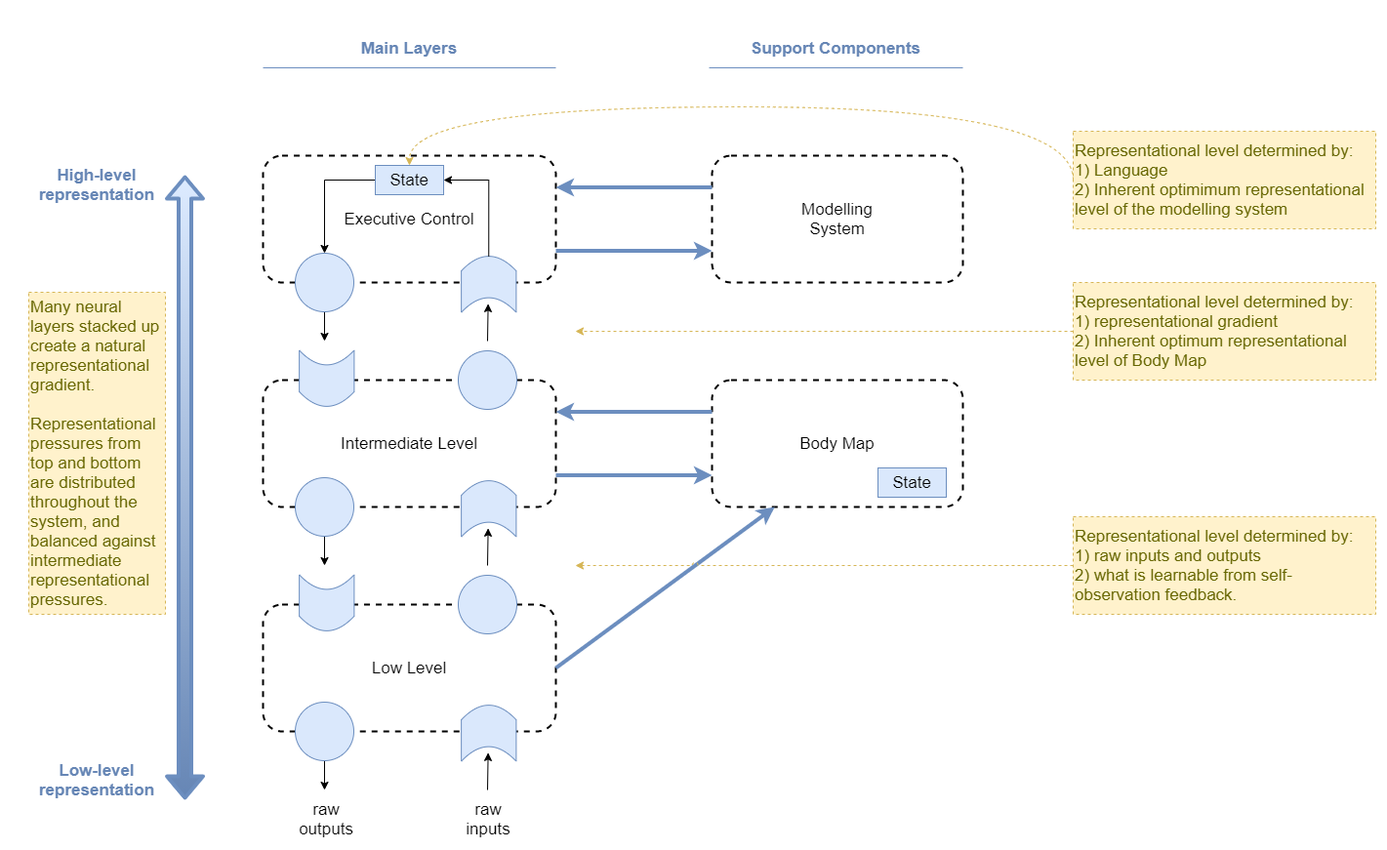
Above: files/An-agi-architecture-v1-motor-control-layers.png in malcolmlett/malcolmlett.github.io (draw.io), before the change. Source tidied: cells renumbered, new cells last; positions are measured from the earlier drawing's top-left corner, leaving out a move shared by most shapes. The source it was exported from:
```xml
<mxGraphModel>
  <root>
    <mxCell id="0" />
    <mxCell id="1" parent="0" />
    <mxCell id="2" value="Low Level" style="rounded=1;whiteSpace=wrap;html=1;fillColor=none;dashed=1;strokeWidth=2;fontSize=17;" parent="1" vertex="1">
      <mxGeometry x="240" y="590" width="300" height="130" as="geometry" />
    </mxCell>
    <mxCell id="3" style="edgeStyle=none;rounded=0;jettySize=auto;html=1;fontSize=17;" parent="1" edge="1" source="4">
      <mxGeometry relative="1" as="geometry">
        <mxPoint x="303" y="780" as="targetPoint" />
      </mxGeometry>
    </mxCell>
    <mxCell id="4" style="ellipse;whiteSpace=wrap;html=1;rounded=1;strokeWidth=1;fillColor=#dae8fc;strokeColor=#6c8ebf;fontSize=17;" parent="1" vertex="1">
      <mxGeometry x="273" y="690" width="60" height="60" as="geometry" />
    </mxCell>
    <mxCell id="5" style="ellipse;whiteSpace=wrap;html=1;rounded=1;strokeWidth=1;fillColor=#dae8fc;strokeColor=#6c8ebf;verticalAlign=middle;fontSize=17;" parent="1" vertex="1">
      <mxGeometry x="440" y="560" width="60" height="60" as="geometry" />
    </mxCell>
    <mxCell id="6" style="edgeStyle=none;rounded=0;orthogonalLoop=1;jettySize=auto;html=1;entryX=0.5;entryY=1;entryDx=0;entryDy=0;fontSize=17;" parent="1" edge="1">
      <mxGeometry relative="1" as="geometry">
        <mxPoint x="470" y="780" as="sourcePoint" />
        <mxPoint x="470.6" y="741.9" as="targetPoint" />
      </mxGeometry>
    </mxCell>
    <mxCell id="7" style="shape=dataStorage;whiteSpace=wrap;html=1;fixedSize=1;rounded=1;strokeWidth=1;fillColor=#dae8fc;strokeColor=#6c8ebf;rotation=-90;size=15;horizontal=1;fontSize=17;" parent="1" vertex="1">
      <mxGeometry x="276.5" y="560" width="57.5" height="56.2" as="geometry" />
    </mxCell>
    <mxCell id="8" style="shape=dataStorage;whiteSpace=wrap;html=1;fixedSize=1;rounded=1;strokeWidth=1;fillColor=#dae8fc;strokeColor=#6c8ebf;rotation=90;size=15;horizontal=1;fontSize=17;" parent="1" vertex="1">
      <mxGeometry x="442.5" y="693.8" width="57.5" height="56.2" as="geometry" />
    </mxCell>
    <mxCell id="9" value="Intermediate Level" style="rounded=1;whiteSpace=wrap;html=1;fillColor=none;dashed=1;strokeWidth=2;fontSize=17;" parent="1" vertex="1">
      <mxGeometry x="240" y="360" width="300" height="130" as="geometry" />
    </mxCell>
    <mxCell id="10" style="edgeStyle=none;rounded=0;jettySize=auto;html=1;fontSize=17;" parent="1" edge="1" source="11">
      <mxGeometry relative="1" as="geometry">
        <mxPoint x="303" y="550" as="targetPoint" />
      </mxGeometry>
    </mxCell>
    <mxCell id="11" style="ellipse;whiteSpace=wrap;html=1;rounded=1;strokeWidth=1;fillColor=#dae8fc;strokeColor=#6c8ebf;fontSize=17;" parent="1" vertex="1">
      <mxGeometry x="273" y="460" width="60" height="60" as="geometry" />
    </mxCell>
    <mxCell id="12" style="ellipse;whiteSpace=wrap;html=1;rounded=1;strokeWidth=1;fillColor=#dae8fc;strokeColor=#6c8ebf;verticalAlign=middle;fontSize=17;" parent="1" vertex="1">
      <mxGeometry x="440" y="330" width="60" height="60" as="geometry" />
    </mxCell>
    <mxCell id="13" style="edgeStyle=none;rounded=0;orthogonalLoop=1;jettySize=auto;html=1;entryX=0.5;entryY=1;entryDx=0;entryDy=0;fontSize=17;" parent="1" edge="1">
      <mxGeometry relative="1" as="geometry">
        <mxPoint x="470" y="550" as="sourcePoint" />
        <mxPoint x="470.6" y="511.9" as="targetPoint" />
      </mxGeometry>
    </mxCell>
    <mxCell id="14" style="shape=dataStorage;whiteSpace=wrap;html=1;fixedSize=1;rounded=1;strokeWidth=1;fillColor=#dae8fc;strokeColor=#6c8ebf;rotation=-90;size=15;horizontal=1;fontSize=17;" parent="1" vertex="1">
      <mxGeometry x="276.5" y="330" width="57.5" height="56.2" as="geometry" />
    </mxCell>
    <mxCell id="15" style="shape=dataStorage;whiteSpace=wrap;html=1;fixedSize=1;rounded=1;strokeWidth=1;fillColor=#dae8fc;strokeColor=#6c8ebf;rotation=90;size=15;horizontal=1;fontSize=17;" parent="1" vertex="1">
      <mxGeometry x="442.5" y="463.8" width="57.5" height="56.2" as="geometry" />
    </mxCell>
    <mxCell id="16" value="Executive Control" style="rounded=1;whiteSpace=wrap;html=1;fillColor=none;dashed=1;strokeWidth=2;fontSize=17;" parent="1" vertex="1">
      <mxGeometry x="240" y="130" width="300" height="130" as="geometry" />
    </mxCell>
    <mxCell id="17" style="edgeStyle=none;rounded=0;jettySize=auto;html=1;fontSize=17;" parent="1" edge="1" source="18">
      <mxGeometry relative="1" as="geometry">
        <mxPoint x="303" y="320" as="targetPoint" />
      </mxGeometry>
    </mxCell>
    <mxCell id="18" style="ellipse;whiteSpace=wrap;html=1;rounded=1;strokeWidth=1;fillColor=#dae8fc;strokeColor=#6c8ebf;fontSize=17;" parent="1" vertex="1">
      <mxGeometry x="273" y="230" width="60" height="60" as="geometry" />
    </mxCell>
    <mxCell id="19" style="edgeStyle=none;rounded=0;orthogonalLoop=1;jettySize=auto;html=1;entryX=0.5;entryY=1;entryDx=0;entryDy=0;fontSize=17;" parent="1" edge="1">
      <mxGeometry relative="1" as="geometry">
        <mxPoint x="470" y="320" as="sourcePoint" />
        <mxPoint x="470.6" y="281.9" as="targetPoint" />
      </mxGeometry>
    </mxCell>
    <mxCell id="20" style="shape=dataStorage;whiteSpace=wrap;html=1;fixedSize=1;rounded=1;strokeWidth=1;fillColor=#dae8fc;strokeColor=#6c8ebf;rotation=90;size=15;horizontal=1;fontSize=17;" parent="1" vertex="1">
      <mxGeometry x="442.5" y="233.8" width="57.5" height="56.2" as="geometry" />
    </mxCell>
    <mxCell id="21" value="Body Map" style="rounded=1;whiteSpace=wrap;html=1;fillColor=none;dashed=1;strokeWidth=2;fontSize=17;" parent="1" vertex="1">
      <mxGeometry x="700" y="360" width="257" height="130" as="geometry" />
    </mxCell>
    <mxCell id="22" value="State" style="rounded=0;whiteSpace=wrap;html=1;fillColor=#dae8fc;strokeColor=#6c8ebf;fontSize=17;" parent="1" vertex="1">
      <mxGeometry x="870" y="450" width="70" height="30" as="geometry" />
    </mxCell>
    <mxCell id="23" style="endArrow=classic;html=1;exitX=1;exitY=0.5;exitDx=0;exitDy=0;strokeWidth=4;fillColor=#dae8fc;strokeColor=#6c8ebf;entryX=0.25;entryY=1;entryDx=0;entryDy=0;fontSize=17;" parent="1" edge="1" source="2" target="21">
      <mxGeometry relative="1" as="geometry" />
    </mxCell>
    <mxCell id="24" style="endArrow=classic;html=1;exitX=0;exitY=0.25;exitDx=0;exitDy=0;strokeWidth=4;fillColor=#dae8fc;strokeColor=#6c8ebf;entryX=1;entryY=0.25;entryDx=0;entryDy=0;fontSize=17;" parent="1" edge="1" source="21" target="9">
      <mxGeometry relative="1" as="geometry" />
    </mxCell>
    <mxCell id="25" style="endArrow=classic;html=1;exitX=1;exitY=0.75;exitDx=0;exitDy=0;strokeWidth=4;fillColor=#dae8fc;strokeColor=#6c8ebf;entryX=0;entryY=0.75;entryDx=0;entryDy=0;fontSize=17;" parent="1" edge="1" source="9" target="21">
      <mxGeometry relative="1" as="geometry" />
    </mxCell>
    <mxCell id="26" value="Modelling&lt;br&gt;System" style="rounded=1;whiteSpace=wrap;html=1;fillColor=none;dashed=1;strokeWidth=2;fontSize=17;" parent="1" vertex="1">
      <mxGeometry x="700" y="130" width="257" height="130" as="geometry" />
    </mxCell>
    <mxCell id="27" style="endArrow=classic;html=1;exitX=0;exitY=0.25;exitDx=0;exitDy=0;strokeWidth=4;fillColor=#dae8fc;strokeColor=#6c8ebf;entryX=1;entryY=0.25;entryDx=0;entryDy=0;fontSize=17;" parent="1" edge="1" source="26" target="16">
      <mxGeometry relative="1" as="geometry" />
    </mxCell>
    <mxCell id="28" style="endArrow=classic;html=1;exitX=1;exitY=0.75;exitDx=0;exitDy=0;strokeWidth=4;fillColor=#dae8fc;strokeColor=#6c8ebf;entryX=0;entryY=0.75;entryDx=0;entryDy=0;fontSize=17;" parent="1" edge="1" source="16" target="26">
      <mxGeometry relative="1" as="geometry" />
    </mxCell>
    <mxCell id="29" style="shape=flexArrow;endArrow=classic;startArrow=classic;html=1;strokeWidth=4;strokeColor=#6c8ebf;gradientColor=#6686B5;fillColor=#DDEBFF;fontSize=17;" parent="1" edge="1">
      <mxGeometry relative="1" as="geometry">
        <mxPoint x="160" y="790" as="sourcePoint" />
        <mxPoint x="160" y="150" as="targetPoint" />
      </mxGeometry>
    </mxCell>
    <mxCell id="30" value="High-level&lt;br style=&quot;font-size: 17px;&quot;&gt;representation" style="text;html=1;strokeColor=none;fillColor=none;align=center;verticalAlign=middle;whiteSpace=wrap;rounded=0;fontColor=#6686B5;fontStyle=1;fontSize=17;" parent="1" vertex="1">
      <mxGeometry x="20" y="140" width="100" height="40" as="geometry" />
    </mxCell>
    <mxCell id="31" value="Low-level&lt;br style=&quot;font-size: 17px;&quot;&gt;representation" style="text;html=1;strokeColor=none;fillColor=none;align=center;verticalAlign=middle;whiteSpace=wrap;rounded=0;fontColor=#6686B5;fontStyle=1;fontSize=17;" parent="1" vertex="1">
      <mxGeometry x="20" y="750" width="100" height="40" as="geometry" />
    </mxCell>
    <mxCell id="32" value="raw outputs" style="text;html=1;strokeColor=none;fillColor=none;align=center;verticalAlign=middle;whiteSpace=wrap;rounded=0;fontSize=17;" parent="1" vertex="1">
      <mxGeometry x="285" y="800" width="40" height="20" as="geometry" />
    </mxCell>
    <mxCell id="33" value="raw inputs" style="text;html=1;strokeColor=none;fillColor=none;align=center;verticalAlign=middle;whiteSpace=wrap;rounded=0;fontSize=17;" parent="1" vertex="1">
      <mxGeometry x="451.2" y="800" width="40" height="20" as="geometry" />
    </mxCell>
    <mxCell id="34" value="Representational level determined by:&lt;br&gt;1) raw inputs and outputs&lt;br&gt;2) what is learnable from self-observation feedback." style="rounded=0;whiteSpace=wrap;html=1;align=left;fillColor=#fff2cc;strokeColor=#d6b656;fontColor=#666600;dashed=1;fontSize=17;" parent="1" vertex="1">
      <mxGeometry x="1070" y="500" width="310" height="100" as="geometry" />
    </mxCell>
    <mxCell id="35" style="rounded=0;jumpStyle=arc;jettySize=auto;html=1;strokeWidth=1;fontColor=#666600;dashed=1;strokeColor=#d6b656;fillColor=#fff2cc;endArrow=classic;endFill=1;fontSize=17;" parent="1" edge="1" source="34">
      <mxGeometry relative="1" as="geometry">
        <mxPoint x="560" y="550" as="targetPoint" />
      </mxGeometry>
    </mxCell>
    <mxCell id="36" value="Representational level determined by:&lt;br&gt;1) Language&lt;br&gt;2) Inherent optimimum representational level of the modelling system" style="rounded=0;whiteSpace=wrap;html=1;align=left;fillColor=#fff2cc;strokeColor=#d6b656;fontColor=#666600;dashed=1;fontSize=17;" parent="1" vertex="1">
      <mxGeometry x="1070" y="105" width="310" height="100" as="geometry" />
    </mxCell>
    <mxCell id="37" style="jumpStyle=arc;jettySize=auto;html=1;strokeWidth=1;fontColor=#666600;dashed=1;strokeColor=#d6b656;fillColor=#fff2cc;endArrow=classic;endFill=1;fontSize=17;entryX=0.5;entryY=0;entryDx=0;entryDy=0;edgeStyle=orthogonalEdgeStyle;curved=1;exitX=0;exitY=0.5;exitDx=0;exitDy=0;" parent="1" edge="1" source="36" target="39">
      <mxGeometry relative="1" as="geometry">
        <Array as="points">
          <mxPoint x="1070" y="80" />
          <mxPoint x="390" y="80" />
        </Array>
      </mxGeometry>
    </mxCell>
    <mxCell id="38" style="edgeStyle=orthogonalEdgeStyle;rounded=0;jettySize=auto;html=1;fontSize=17;exitX=0;exitY=0.5;exitDx=0;exitDy=0;entryX=0.5;entryY=0;entryDx=0;entryDy=0;" parent="1" edge="1" source="39" target="18">
      <mxGeometry relative="1" as="geometry">
        <Array as="points">
          <mxPoint x="303" y="155" />
        </Array>
      </mxGeometry>
    </mxCell>
    <mxCell id="39" value="State" style="rounded=0;whiteSpace=wrap;html=1;fillColor=#dae8fc;strokeColor=#6c8ebf;fontSize=17;" parent="1" vertex="1">
      <mxGeometry x="355" y="140" width="70" height="30" as="geometry" />
    </mxCell>
    <mxCell id="40" style="edgeStyle=orthogonalEdgeStyle;rounded=0;jettySize=auto;html=1;fontSize=17;exitX=0;exitY=0.5;exitDx=0;exitDy=0;entryX=1;entryY=0.5;entryDx=0;entryDy=0;" parent="1" edge="1" source="20" target="39">
      <mxGeometry relative="1" as="geometry">
        <Array as="points">
          <mxPoint x="471" y="155" />
        </Array>
      </mxGeometry>
    </mxCell>
    <mxCell id="41" value="Representational level determined by:&lt;br&gt;1)&amp;nbsp;representational gradient&lt;br&gt;2) Inherent optimum representational level of Body Map" style="rounded=0;whiteSpace=wrap;html=1;align=left;fillColor=#fff2cc;strokeColor=#d6b656;fontColor=#666600;dashed=1;fontSize=17;" parent="1" vertex="1">
      <mxGeometry x="1070" y="260" width="310" height="100" as="geometry" />
    </mxCell>
    <mxCell id="42" style="rounded=0;jumpStyle=arc;jettySize=auto;html=1;strokeWidth=1;fontColor=#666600;dashed=1;strokeColor=#d6b656;fillColor=#fff2cc;endArrow=classic;endFill=1;fontSize=17;" parent="1" edge="1" source="41">
      <mxGeometry relative="1" as="geometry">
        <mxPoint x="560" y="310" as="targetPoint" />
      </mxGeometry>
    </mxCell>
    <mxCell id="43" value="Many neural layers stacked up create a natural representational gradient. &lt;br&gt;&lt;br&gt;Representational pressures from top and bottom are distributed throughout the system, and balanced against intermediate representational pressures." style="rounded=0;whiteSpace=wrap;html=1;align=left;fillColor=#fff2cc;strokeColor=#d6b656;fontColor=#666600;dashed=1;fontSize=17;" parent="1" vertex="1">
      <mxGeometry y="270" width="140" height="330" as="geometry" />
    </mxCell>
    <mxCell id="44" value="Main Layers" style="text;html=1;strokeColor=none;fillColor=none;align=center;verticalAlign=middle;whiteSpace=wrap;rounded=0;fontColor=#6686B5;fontStyle=1;fontSize=17;" parent="1" vertex="1">
      <mxGeometry x="240" width="300" height="40" as="geometry" />
    </mxCell>
    <mxCell id="45" style="endArrow=none;html=1;strokeWidth=1;fillColor=#dae8fc;fontSize=12;fontColor=#000000;strokeColor=#6c8ebf;" parent="1" edge="1">
      <mxGeometry relative="1" as="geometry">
        <mxPoint x="240" y="40" as="sourcePoint" />
        <mxPoint x="540" y="40" as="targetPoint" />
      </mxGeometry>
    </mxCell>
    <mxCell id="46" value="Support Components" style="text;html=1;strokeColor=none;fillColor=none;align=center;verticalAlign=middle;whiteSpace=wrap;rounded=0;fontColor=#6686B5;fontStyle=1;fontSize=17;" parent="1" vertex="1">
      <mxGeometry x="697" width="260" height="40" as="geometry" />
    </mxCell>
    <mxCell id="47" style="endArrow=none;html=1;strokeWidth=1;fillColor=#dae8fc;fontSize=12;fontColor=#000000;strokeColor=#6c8ebf;" parent="1" edge="1">
      <mxGeometry relative="1" as="geometry">
        <mxPoint x="697" y="40" as="sourcePoint" />
        <mxPoint x="957" y="40" as="targetPoint" />
      </mxGeometry>
    </mxCell>
  </root>
</mxGraphModel>
```
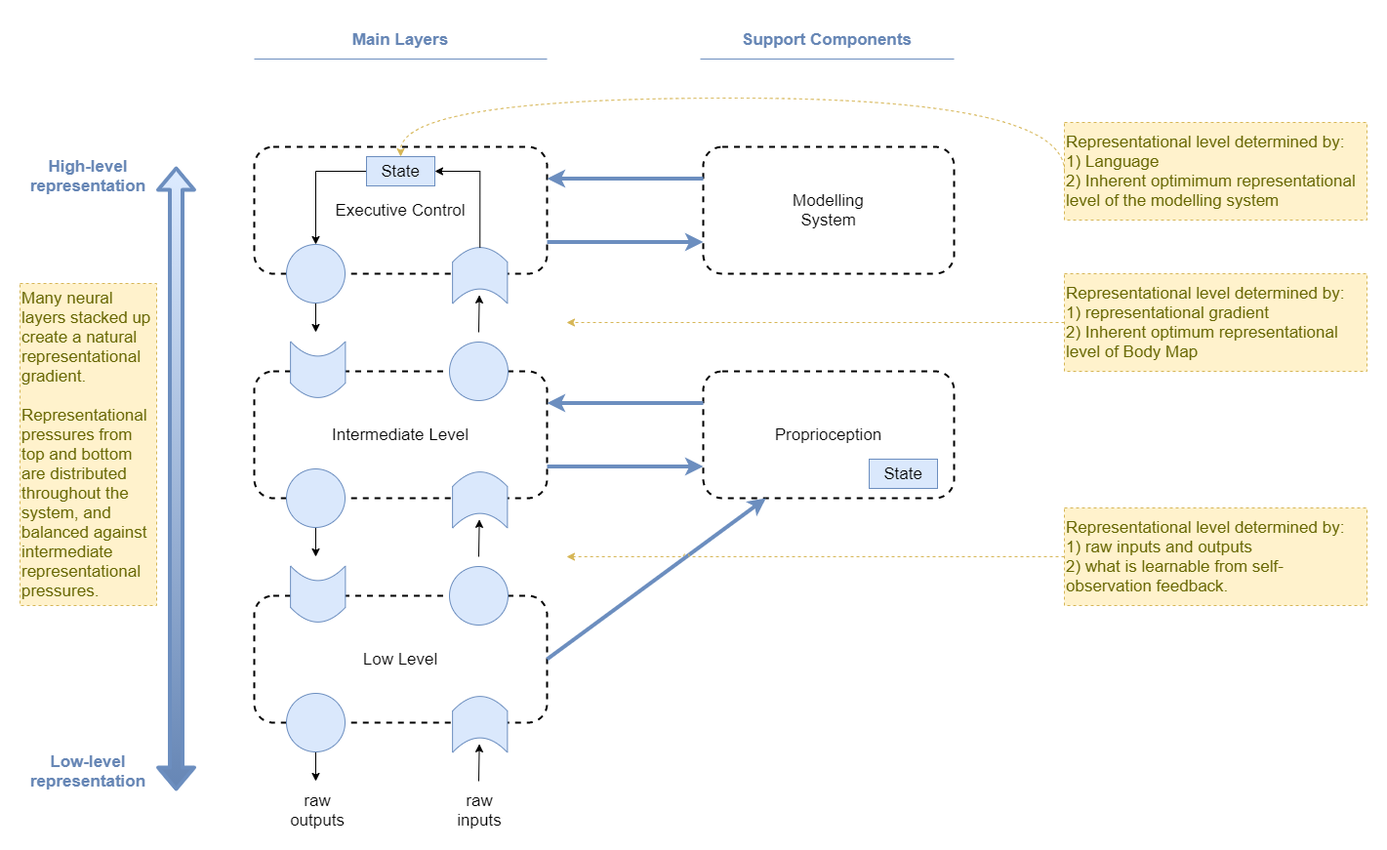
After the change.

Change to the diagram source:
```diff
@@ -74,7 +74,7 @@
     <mxCell id="20" style="shape=dataStorage;whiteSpace=wrap;html=1;fixedSize=1;rounded=1;strokeWidth=1;fillColor=#dae8fc;strokeColor=#6c8ebf;rotation=90;size=15;horizontal=1;fontSize=17;" parent="1" vertex="1">
       <mxGeometry x="442.5" y="233.8" width="57.5" height="56.2" as="geometry" />
     </mxCell>
-    <mxCell id="21" value="Body Map" style="rounded=1;whiteSpace=wrap;html=1;fillColor=none;dashed=1;strokeWidth=2;fontSize=17;" parent="1" vertex="1">
+    <mxCell id="21" value="Proprioception" style="rounded=1;whiteSpace=wrap;html=1;fillColor=none;dashed=1;strokeWidth=2;fontSize=17;" parent="1" vertex="1">
       <mxGeometry x="700" y="360" width="257" height="130" as="geometry" />
     </mxCell>
     <mxCell id="22" value="State" style="rounded=0;whiteSpace=wrap;html=1;fillColor=#dae8fc;strokeColor=#6c8ebf;fontSize=17;" parent="1" vertex="1">
```
